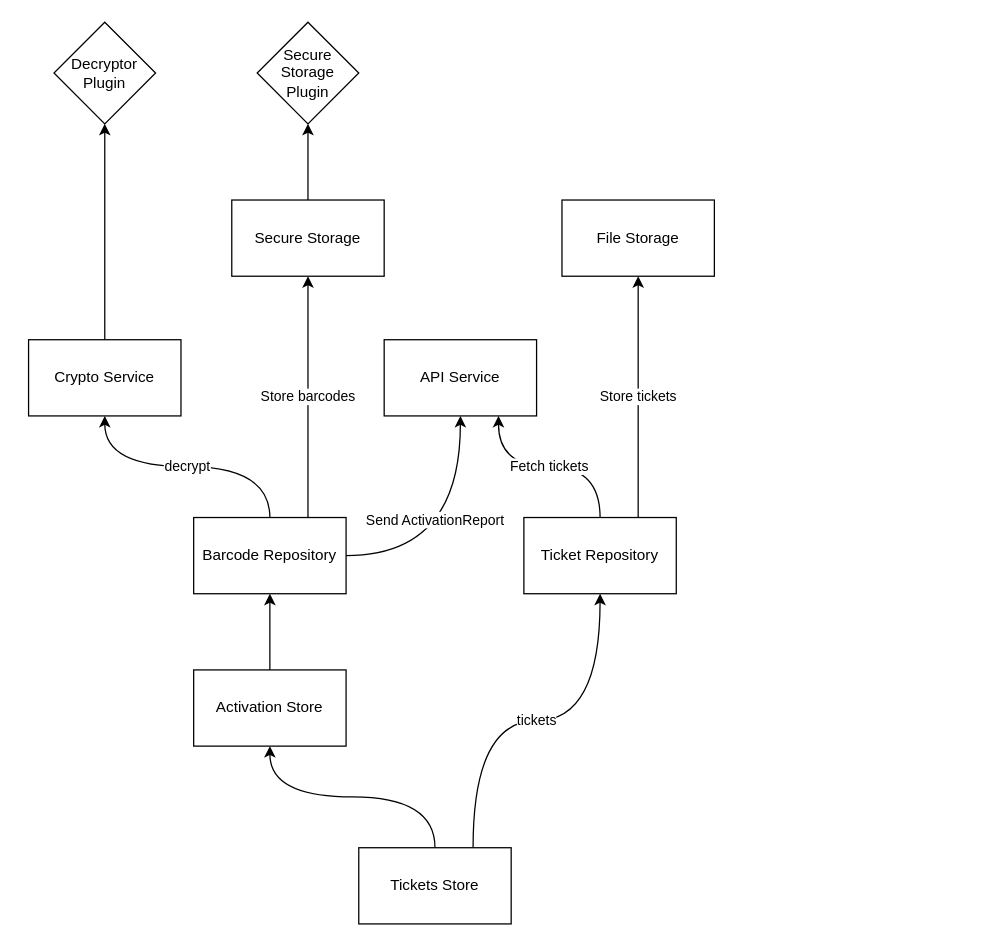
The draw.io diagram newarchi.drawio in tixngo/diagram, before the edit. Source tidied: cells renumbered, new cells numbered last; positions are measured from the earlier drawing's top-left corner, leaving out a move shared by most shapes. Both pictures are drawn from the tidied source at 127%, with x=0, y=0 at pixel (28, 22).
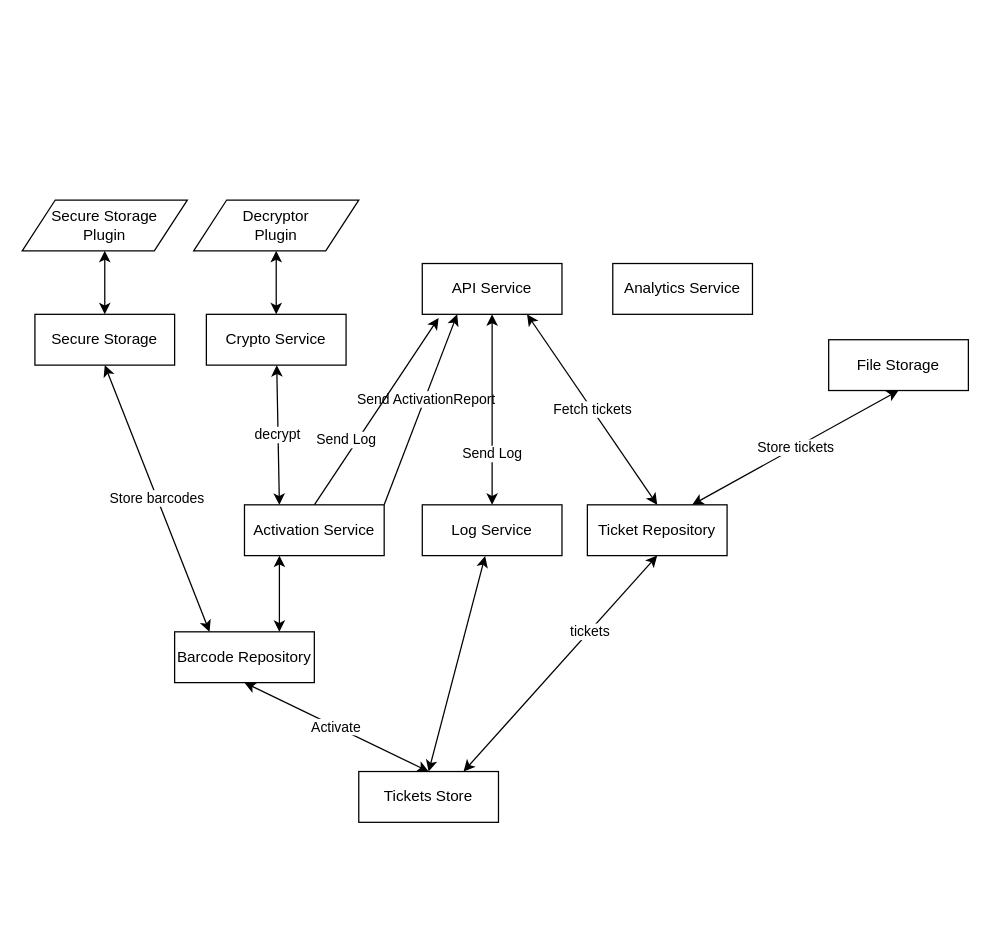
The same page after the edit.

What changed in the source:
```diff
@@
-    <mxCell id="2" style="edgeStyle=orthogonalEdgeStyle;rounded=0;jettySize=auto;html=1;exitX=0.5;exitY=0;exitDx=0;exitDy=0;entryX=0.5;entryY=1;entryDx=0;entryDy=0;curved=1;" parent="1" edge="1" source="4" target="13">
-      <mxGeometry relative="1" as="geometry" />
-    </mxCell>
-    <mxCell id="3" value="Send ActivationReport" style="edgeStyle=orthogonalEdgeStyle;rounded=0;jettySize=auto;html=1;exitX=1;exitY=0.5;exitDx=0;exitDy=0;entryX=0.5;entryY=1;entryDx=0;entryDy=0;curved=1;" parent="1" edge="1" source="13" target="5">
-      <mxGeometry x="0.18" y="20" relative="1" as="geometry" />
+    <mxCell id="3" value="Send ActivationReport" style="rounded=0;jettySize=auto;html=1;exitX=1;exitY=0;exitDx=0;exitDy=0;entryX=0.25;entryY=1;entryDx=0;entryDy=0;" parent="1" edge="1" source="4" target="5">
+      <mxGeometry x="0.11" y="-1" relative="1" as="geometry" />
     </mxCell>
+    <mxCell id="22" value="Send Log" style="edgeStyle=none;rounded=0;comic=0;jettySize=auto;html=1;exitX=0.5;exitY=0;exitDx=0;exitDy=0;entryX=0.117;entryY=1.071;entryDx=0;entryDy=0;entryPerimeter=0;shadow=0;startArrow=none;startFill=0;" parent="1" edge="1" source="4" target="5">
+      <mxGeometry x="-0.37" y="7" relative="1" as="geometry" />
+    </mxCell>
-    <mxCell id="4" value="Activation Store" style="rounded=0;whiteSpace=wrap;html=1;" parent="1" vertex="1">
-      <mxGeometry x="130" y="510" width="120" height="60" as="geometry" />
+    <mxCell id="4" value="Activation Service" style="rounded=0;whiteSpace=wrap;html=1;" parent="1" vertex="1">
+      <mxGeometry x="170" y="380" width="110" height="40" as="geometry" />
     </mxCell>
     <mxCell id="5" value="API Service" style="rounded=0;whiteSpace=wrap;html=1;" parent="1" vertex="1">
-      <mxGeometry x="280" y="250" width="120" height="60" as="geometry" />
+      <mxGeometry x="310" y="190" width="110" height="40" as="geometry" />
     </mxCell>
-    <mxCell id="6" style="edgeStyle=orthogonalEdgeStyle;rounded=0;jettySize=auto;html=1;exitX=0.5;exitY=0;exitDx=0;exitDy=0;entryX=0.5;entryY=1;entryDx=0;entryDy=0;curved=1;" parent="1" edge="1" source="8" target="4">
+    <mxCell id="6" value="Activate" style="rounded=0;jettySize=auto;html=1;exitX=0.5;exitY=0;exitDx=0;exitDy=0;entryX=0.5;entryY=1;entryDx=0;entryDy=0;startArrow=classic;startFill=1;" parent="1" edge="1" source="8" target="13">
       <mxGeometry relative="1" as="geometry" />
     </mxCell>
-    <mxCell id="7" value="tickets" style="edgeStyle=orthogonalEdgeStyle;curved=1;rounded=0;jettySize=auto;html=1;exitX=0.75;exitY=0;exitDx=0;exitDy=0;entryX=0.5;entryY=1;entryDx=0;entryDy=0;" parent="1" edge="1" source="8" target="18">
-      <mxGeometry relative="1" as="geometry" />
+    <mxCell id="7" value="tickets" style="rounded=0;jettySize=auto;html=1;exitX=0.75;exitY=0;exitDx=0;exitDy=0;entryX=0.5;entryY=1;entryDx=0;entryDy=0;startArrow=classic;startFill=1;" parent="1" edge="1" source="8" target="18">
+      <mxGeometry x="0.3" y="-1" relative="1" as="geometry" />
     </mxCell>
+    <mxCell id="23" style="edgeStyle=none;rounded=0;comic=0;jettySize=auto;html=1;exitX=0.5;exitY=0;exitDx=0;exitDy=0;entryX=0.45;entryY=1.008;entryDx=0;entryDy=0;entryPerimeter=0;shadow=0;startArrow=classic;startFill=1;" parent="1" edge="1" source="8" target="26">
+      <mxGeometry relative="1" as="geometry" />
+    </mxCell>
     <mxCell id="8" value="Tickets Store" style="rounded=0;whiteSpace=wrap;html=1;" parent="1" vertex="1">
-      <mxGeometry x="260" y="650" width="120" height="60" as="geometry" />
+      <mxGeometry x="260" y="590" width="110" height="40" as="geometry" />
     </mxCell>
-    <mxCell id="9" style="edgeStyle=orthogonalEdgeStyle;curved=1;rounded=0;jettySize=auto;html=1;exitX=0.5;exitY=0;exitDx=0;exitDy=0;entryX=0.5;entryY=1;entryDx=0;entryDy=0;" parent="1" edge="1" source="10" target="14">
+    <mxCell id="9" style="rounded=0;jettySize=auto;html=1;exitX=0.5;exitY=0;exitDx=0;exitDy=0;startArrow=classic;startFill=1;" parent="1" edge="1" source="10" target="14">
       <mxGeometry relative="1" as="geometry" />
     </mxCell>
     <mxCell id="10" value="Crypto Service" style="rounded=0;whiteSpace=wrap;html=1;" parent="1" vertex="1">
-      <mxGeometry y="250" width="120" height="60" as="geometry" />
+      <mxGeometry x="140" y="230" width="110" height="40" as="geometry" />
     </mxCell>
-    <mxCell id="11" value="decrypt" style="edgeStyle=orthogonalEdgeStyle;rounded=0;jettySize=auto;html=1;exitX=0.5;exitY=0;exitDx=0;exitDy=0;curved=1;" parent="1" edge="1" source="13" target="10">
+    <mxCell id="11" value="decrypt" style="rounded=0;jettySize=auto;html=1;exitX=0.25;exitY=0;exitDx=0;exitDy=0;startArrow=classic;startFill=1;" parent="1" edge="1" source="4" target="10">
       <mxGeometry relative="1" as="geometry" />
     </mxCell>
-    <mxCell id="12" value="Store barcodes" style="edgeStyle=orthogonalEdgeStyle;curved=1;rounded=0;jettySize=auto;html=1;exitX=0.75;exitY=0;exitDx=0;exitDy=0;entryX=0.5;entryY=1;entryDx=0;entryDy=0;" parent="1" edge="1" source="13" target="21">
+    <mxCell id="12" value="Store barcodes" style="rounded=0;jettySize=auto;html=1;exitX=0.25;exitY=0;exitDx=0;exitDy=0;entryX=0.5;entryY=1;entryDx=0;entryDy=0;startArrow=classic;startFill=1;" parent="1" edge="1" source="13" target="21">
       <mxGeometry relative="1" as="geometry" />
     </mxCell>
+    <mxCell id="24" style="edgeStyle=none;rounded=0;jettySize=auto;html=1;exitX=0.75;exitY=0;exitDx=0;exitDy=0;entryX=0.25;entryY=1;entryDx=0;entryDy=0;startArrow=classic;startFill=1;" parent="1" edge="1" source="13" target="4">
+      <mxGeometry relative="1" as="geometry" />
+    </mxCell>
     <mxCell id="13" value="Barcode Repository" style="rounded=0;whiteSpace=wrap;html=1;" parent="1" vertex="1">
-      <mxGeometry x="130" y="390" width="120" height="60" as="geometry" />
+      <mxGeometry x="115" y="480" width="110" height="40" as="geometry" />
     </mxCell>
-    <mxCell id="14" value="Decryptor&lt;br&gt;Plugin" style="rhombus;whiteSpace=wrap;html=1;" parent="1" vertex="1">
-      <mxGeometry x="20" width="80" height="80" as="geometry" />
-    </mxCell>
-    <mxCell id="15" value="Secure&lt;br&gt;Storage&lt;br&gt;Plugin" style="rhombus;whiteSpace=wrap;html=1;" parent="1" vertex="1">
-      <mxGeometry x="180" width="80" height="80" as="geometry" />
-    </mxCell>
-    <mxCell id="16" value="Fetch tickets" style="edgeStyle=orthogonalEdgeStyle;curved=1;rounded=0;jettySize=auto;html=1;exitX=0.5;exitY=0;exitDx=0;exitDy=0;entryX=0.75;entryY=1;entryDx=0;entryDy=0;" parent="1" edge="1" source="18" target="5">
+    <mxCell id="16" value="Fetch tickets" style="rounded=0;jettySize=auto;html=1;exitX=0.5;exitY=0;exitDx=0;exitDy=0;entryX=0.75;entryY=1;entryDx=0;entryDy=0;shadow=0;comic=0;startArrow=classic;startFill=1;" parent="1" edge="1" source="18" target="5">
       <mxGeometry relative="1" as="geometry" />
     </mxCell>
-    <mxCell id="17" value="Store tickets" style="edgeStyle=orthogonalEdgeStyle;curved=1;rounded=0;jettySize=auto;html=1;exitX=0.75;exitY=0;exitDx=0;exitDy=0;entryX=0.5;entryY=1;entryDx=0;entryDy=0;" parent="1" edge="1" source="18" target="19">
+    <mxCell id="17" value="Store tickets" style="rounded=0;jettySize=auto;html=1;exitX=0.75;exitY=0;exitDx=0;exitDy=0;entryX=0.5;entryY=1;entryDx=0;entryDy=0;startArrow=classic;startFill=1;" parent="1" edge="1" source="18" target="19">
       <mxGeometry relative="1" as="geometry" />
     </mxCell>
     <mxCell id="18" value="Ticket Repository" style="rounded=0;whiteSpace=wrap;html=1;" parent="1" vertex="1">
-      <mxGeometry x="390" y="390" width="120" height="60" as="geometry" />
+      <mxGeometry x="440" y="380" width="110" height="40" as="geometry" />
     </mxCell>
     <mxCell id="19" value="File Storage" style="rounded=0;whiteSpace=wrap;html=1;" parent="1" vertex="1">
-      <mxGeometry x="420" y="140" width="120" height="60" as="geometry" />
+      <mxGeometry x="630" y="250" width="110" height="40" as="geometry" />
     </mxCell>
-    <mxCell id="20" style="edgeStyle=orthogonalEdgeStyle;curved=1;rounded=0;jettySize=auto;html=1;exitX=0.5;exitY=0;exitDx=0;exitDy=0;entryX=0.5;entryY=1;entryDx=0;entryDy=0;" parent="1" edge="1" source="21" target="15">
+    <mxCell id="20" style="rounded=0;jettySize=auto;html=1;exitX=0.5;exitY=0;exitDx=0;exitDy=0;entryX=0.5;entryY=1;entryDx=0;entryDy=0;startArrow=classic;startFill=1;" parent="1" edge="1" source="21" target="15">
       <mxGeometry relative="1" as="geometry" />
     </mxCell>
     <mxCell id="21" value="Secure Storage" style="rounded=0;whiteSpace=wrap;html=1;" parent="1" vertex="1">
-      <mxGeometry x="160" y="140" width="120" height="60" as="geometry" />
+      <mxGeometry x="5" y="230" width="110" height="40" as="geometry" />
     </mxCell>
+    <mxCell id="14" value="&lt;span&gt;Decryptor&lt;/span&gt;&lt;br&gt;&lt;span&gt;Plugin&lt;/span&gt;" style="shape=parallelogram;perimeter=parallelogramPerimeter;whiteSpace=wrap;html=1;" parent="1" vertex="1">
+      <mxGeometry x="130" y="140" width="130" height="40" as="geometry" />
+    </mxCell>
+    <mxCell id="15" value="&lt;span&gt;Secure&amp;nbsp;&lt;/span&gt;&lt;span&gt;Storage&lt;/span&gt;&lt;br&gt;&lt;span&gt;Plugin&lt;/span&gt;" style="shape=parallelogram;perimeter=parallelogramPerimeter;whiteSpace=wrap;html=1;" parent="1" vertex="1">
+      <mxGeometry x="-5" y="140" width="130" height="40" as="geometry" />
+    </mxCell>
+    <mxCell id="25" value="Send Log" style="edgeStyle=none;rounded=0;comic=0;jettySize=auto;html=1;exitX=0.5;exitY=0;exitDx=0;exitDy=0;entryX=0.5;entryY=1;entryDx=0;entryDy=0;shadow=0;startArrow=classic;startFill=1;" parent="1" edge="1" source="26" target="5">
+      <mxGeometry x="-0.47" relative="1" as="geometry" />
+    </mxCell>
+    <mxCell id="26" value="Log Service" style="rounded=0;whiteSpace=wrap;html=1;" parent="1" vertex="1">
+      <mxGeometry x="310" y="380" width="110" height="40" as="geometry" />
+    </mxCell>
+    <mxCell id="27" value="Analytics Service" style="rounded=0;whiteSpace=wrap;html=1;" parent="1" vertex="1">
+      <mxGeometry x="460" y="190" width="110" height="40" as="geometry" />
+    </mxCell>
```
